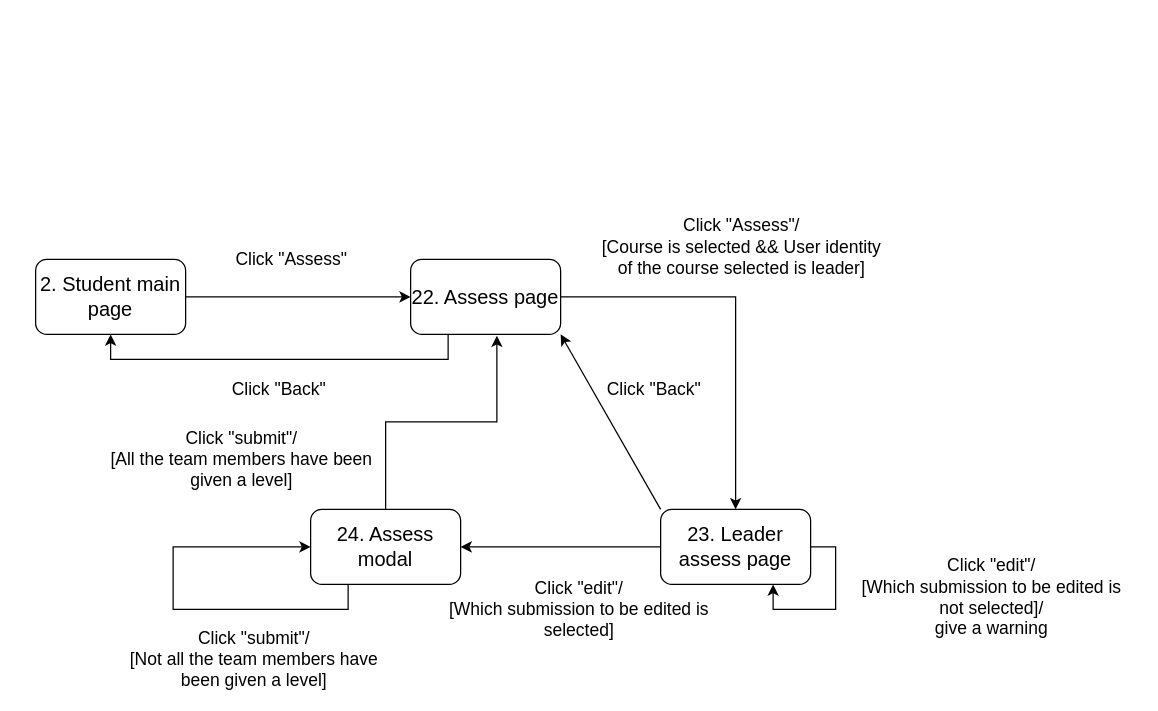
Above: Documents/Specifications/Diagrams/3.9_LeaderAssessMember.drawio in ShyScott/Air (draw.io), before the change. Source tidied: cells renumbered, new cells numbered last; positions are measured from the earlier drawing's top-left corner, leaving out a move shared by most shapes. Both pictures are drawn from the tidied source at 125%, with x=0, y=0 at pixel (35, 234).
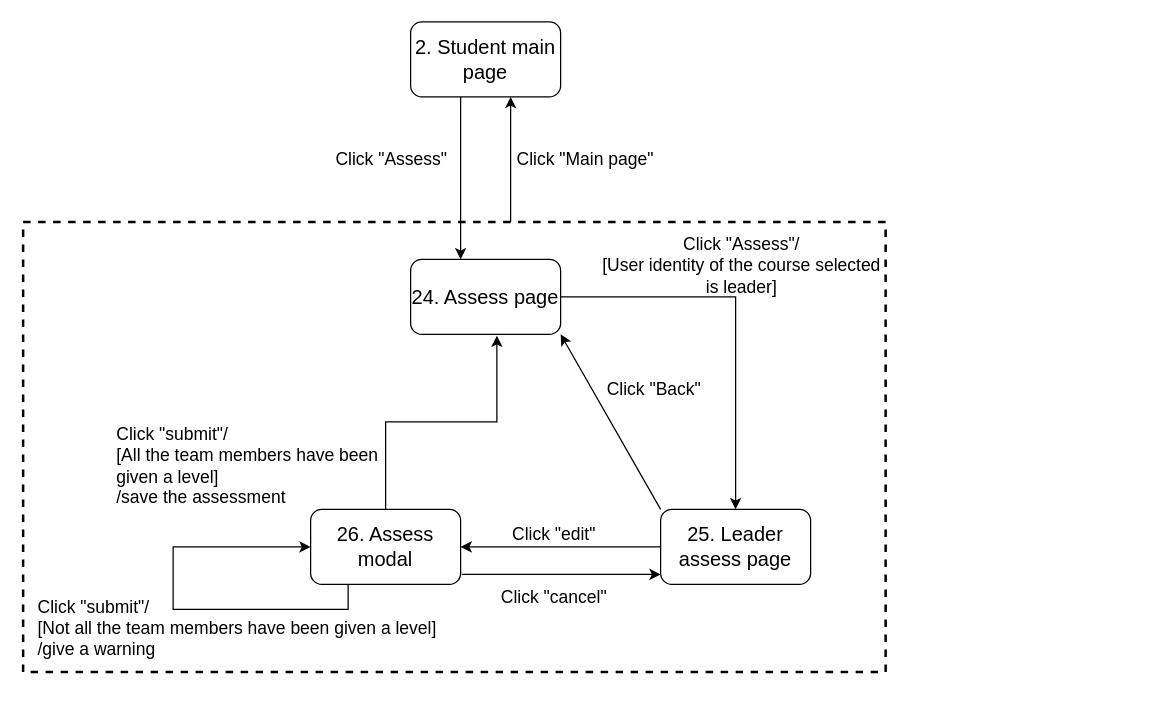
The same page after the edit.

Diff of the diagram source:
```diff
@@
+    <mxCell id="22" style="rounded=0;whiteSpace=wrap;html=1;dashed=1;strokeWidth=2;fillColor=none;" parent="1" vertex="1">
+      <mxGeometry x="-10" y="-10" width="690" height="360" as="geometry" />
+    </mxCell>
-    <mxCell id="2" style="edgeStyle=orthogonalEdgeStyle;rounded=0;jettySize=auto;html=1;exitX=1;exitY=0.5;exitDx=0;exitDy=0;entryX=0;entryY=0.5;entryDx=0;entryDy=0;" parent="1" edge="1" source="3" target="6">
-      <mxGeometry relative="1" as="geometry" />
+    <mxCell id="2" style="edgeStyle=orthogonalEdgeStyle;rounded=0;jettySize=auto;html=1;" parent="1" edge="1" source="3" target="6">
+      <mxGeometry relative="1" as="geometry">
+        <Array as="points">
+          <mxPoint x="340" y="-30" />
+          <mxPoint x="340" y="-30" />
+        </Array>
+      </mxGeometry>
     </mxCell>
     <mxCell id="3" value="&lt;font size=&quot;3&quot;&gt;2. Student main page&lt;/font&gt;" style="rounded=1;whiteSpace=wrap;html=1;" parent="1" vertex="1">
-      <mxGeometry y="20" width="120" height="60" as="geometry" />
+      <mxGeometry x="300" y="-170" width="120" height="60" as="geometry" />
     </mxCell>
@@
-    <mxCell id="5" style="edgeStyle=orthogonalEdgeStyle;rounded=0;jettySize=auto;html=1;exitX=0.25;exitY=1;exitDx=0;exitDy=0;entryX=0.5;entryY=1;entryDx=0;entryDy=0;" parent="1" edge="1" source="6" target="3">
-      <mxGeometry relative="1" as="geometry" />
+    <mxCell id="5" style="edgeStyle=orthogonalEdgeStyle;rounded=0;jettySize=auto;html=1;" parent="1" edge="1" source="22" target="3">
+      <mxGeometry relative="1" as="geometry">
+        <Array as="points">
+          <mxPoint x="380" y="-60" />
+          <mxPoint x="380" y="-60" />
+        </Array>
+      </mxGeometry>
     </mxCell>
-    <mxCell id="6" value="&lt;font size=&quot;3&quot;&gt;22. Assess page&lt;/font&gt;" style="rounded=1;whiteSpace=wrap;html=1;" parent="1" vertex="1">
+    <mxCell id="6" value="&lt;font size=&quot;3&quot;&gt;24. Assess page&lt;/font&gt;" style="rounded=1;whiteSpace=wrap;html=1;" parent="1" vertex="1">
       <mxGeometry x="300" y="20" width="120" height="60" as="geometry" />
     </mxCell>
-    <mxCell id="7" value="&lt;font style=&quot;font-size: 14px&quot;&gt;Click &quot;Assess&quot;/&lt;br&gt;[Course is selected &amp;amp;&amp;amp; User identity of the course selected is leader]&lt;br&gt;&lt;/font&gt;" style="text;html=1;strokeColor=none;fillColor=none;align=center;verticalAlign=middle;whiteSpace=wrap;rounded=0;" parent="1" vertex="1">
-      <mxGeometry x="450" width="230" height="20" as="geometry" />
+    <mxCell id="7" value="&lt;font style=&quot;font-size: 14px&quot;&gt;Click &quot;Assess&quot;/&lt;br&gt;[User identity of the course selected is leader]&lt;br&gt;&lt;/font&gt;" style="text;html=1;strokeColor=none;fillColor=none;align=center;verticalAlign=middle;whiteSpace=wrap;rounded=0;" parent="1" vertex="1">
+      <mxGeometry x="450" width="230" height="50" as="geometry" />
     </mxCell>
     <mxCell id="8" value="&lt;font style=&quot;font-size: 14px&quot;&gt;Click &quot;Assess&quot;&lt;br&gt;&lt;/font&gt;" style="text;html=1;strokeColor=none;fillColor=none;align=center;verticalAlign=middle;whiteSpace=wrap;rounded=0;" parent="1" vertex="1">
-      <mxGeometry x="90" y="10" width="230" height="20" as="geometry" />
+      <mxGeometry x="230" y="-70" width="110" height="20" as="geometry" />
     </mxCell>
@@
-    <mxCell id="11" value="&lt;font size=&quot;3&quot;&gt;23. Leader assess page&lt;/font&gt;" style="rounded=1;whiteSpace=wrap;html=1;" parent="1" vertex="1">
+    <mxCell id="11" value="&lt;font size=&quot;3&quot;&gt;25. Leader assess page&lt;/font&gt;" style="rounded=1;whiteSpace=wrap;html=1;" parent="1" vertex="1">
       <mxGeometry x="500" y="220" width="120" height="60" as="geometry" />
     </mxCell>
-    <mxCell id="12" value="&lt;font style=&quot;font-size: 14px&quot;&gt;Click &quot;Back&quot;&lt;br&gt;&lt;/font&gt;" style="text;html=1;strokeColor=none;fillColor=none;align=center;verticalAlign=middle;whiteSpace=wrap;rounded=0;" parent="1" vertex="1">
-      <mxGeometry x="80" y="114" width="230" height="20" as="geometry" />
-    </mxCell>
@@
-    <mxCell id="14" value="&lt;font style=&quot;font-size: 14px&quot;&gt;Click &quot;edit&quot;/&lt;br&gt;[Which submission to be edited is selected]&lt;br&gt;&lt;/font&gt;" style="text;html=1;strokeColor=none;fillColor=none;align=center;verticalAlign=middle;whiteSpace=wrap;rounded=0;" parent="1" vertex="1">
-      <mxGeometry x="320" y="290" width="230" height="20" as="geometry" />
+    <mxCell id="14" value="&lt;font style=&quot;font-size: 14px&quot;&gt;Click &quot;edit&quot;&lt;br&gt;&lt;/font&gt;" style="text;html=1;strokeColor=none;fillColor=none;align=center;verticalAlign=middle;whiteSpace=wrap;rounded=0;" parent="1" vertex="1">
+      <mxGeometry x="300" y="230" width="230" height="20" as="geometry" />
     </mxCell>
@@
-    <mxCell id="16" value="&lt;font size=&quot;3&quot;&gt;24. Assess modal&lt;/font&gt;" style="rounded=1;whiteSpace=wrap;html=1;" parent="1" vertex="1">
+    <mxCell id="16" value="&lt;font size=&quot;3&quot;&gt;26. Assess modal&lt;/font&gt;" style="rounded=1;whiteSpace=wrap;html=1;" parent="1" vertex="1">
       <mxGeometry x="220" y="220" width="120" height="60" as="geometry" />
     </mxCell>
-    <mxCell id="17" style="edgeStyle=orthogonalEdgeStyle;rounded=0;orthogonalLoop=1;jettySize=auto;html=1;exitX=1;exitY=0.5;exitDx=0;exitDy=0;entryX=0.75;entryY=1;entryDx=0;entryDy=0;" parent="1" edge="1" source="11" target="11">
-      <mxGeometry relative="1" as="geometry" />
-    </mxCell>
-    <mxCell id="18" value="&lt;font style=&quot;font-size: 14px&quot;&gt;Click &quot;edit&quot;/&lt;br&gt;[Which submission to be edited is not selected]/&lt;br&gt;give a warning&lt;br&gt;&lt;/font&gt;" style="text;html=1;strokeColor=none;fillColor=none;align=center;verticalAlign=middle;whiteSpace=wrap;rounded=0;" parent="1" vertex="1">
-      <mxGeometry x="650" y="280" width="230" height="20" as="geometry" />
-    </mxCell>
-    <mxCell id="19" value="&lt;font style=&quot;font-size: 14px&quot;&gt;Click &quot;submit&quot;/&lt;br&gt;[All the team members have been given a level]&lt;br&gt;&lt;/font&gt;" style="text;html=1;strokeColor=none;fillColor=none;align=center;verticalAlign=middle;whiteSpace=wrap;rounded=0;" parent="1" vertex="1">
-      <mxGeometry x="50" y="170" width="230" height="20" as="geometry" />
+    <mxCell id="19" value="&lt;font style=&quot;font-size: 14px&quot;&gt;Click &quot;submit&quot;/&lt;br&gt;[All the team members have been given a level]&lt;br&gt;&lt;div&gt;&lt;span&gt;/save the assessment&lt;/span&gt;&lt;/div&gt;&lt;/font&gt;" style="text;html=1;strokeColor=none;fillColor=none;align=left;verticalAlign=middle;whiteSpace=wrap;rounded=0;" parent="1" vertex="1">
+      <mxGeometry x="62.5" y="150" width="215" height="70" as="geometry" />
     </mxCell>
@@
-    <mxCell id="21" value="&lt;font style=&quot;font-size: 14px&quot;&gt;Click &quot;submit&quot;/&lt;br&gt;[Not all the team members have been given a level]&lt;br&gt;&lt;/font&gt;" style="text;html=1;strokeColor=none;fillColor=none;align=center;verticalAlign=middle;whiteSpace=wrap;rounded=0;" parent="1" vertex="1">
-      <mxGeometry x="60" y="330" width="230" height="20" as="geometry" />
+    <mxCell id="21" value="&lt;font style=&quot;font-size: 14px&quot;&gt;Click &quot;submit&quot;/&lt;br&gt;[Not all the team members have been given a level]&lt;br&gt;/give a warning&lt;br&gt;&lt;/font&gt;" style="text;html=1;strokeColor=none;fillColor=none;align=left;verticalAlign=middle;whiteSpace=wrap;rounded=0;" parent="1" vertex="1">
+      <mxGeometry y="290" width="340" height="50" as="geometry" />
     </mxCell>
+    <mxCell id="23" style="edgeStyle=orthogonalEdgeStyle;rounded=0;jettySize=auto;html=1;exitX=1.008;exitY=0.867;exitDx=0;exitDy=0;exitPerimeter=0;" parent="1" edge="1" source="16">
+      <mxGeometry relative="1" as="geometry">
+        <mxPoint x="500" y="272" as="targetPoint" />
+        <Array as="points">
+          <mxPoint x="500" y="272" />
+        </Array>
+      </mxGeometry>
+    </mxCell>
+    <mxCell id="24" value="&lt;font style=&quot;font-size: 14px&quot;&gt;Click &quot;cancel&quot;&lt;br&gt;&lt;/font&gt;" style="text;html=1;strokeColor=none;fillColor=none;align=center;verticalAlign=middle;whiteSpace=wrap;rounded=0;" parent="1" vertex="1">
+      <mxGeometry x="300" y="280" width="230" height="20" as="geometry" />
+    </mxCell>
+    <mxCell id="25" value="&lt;font style=&quot;font-size: 14px&quot;&gt;Click &quot;Main page&quot;&lt;br&gt;&lt;/font&gt;" style="text;html=1;strokeColor=none;fillColor=none;align=center;verticalAlign=middle;whiteSpace=wrap;rounded=0;" parent="1" vertex="1">
+      <mxGeometry x="380" y="-70" width="120" height="20" as="geometry" />
+    </mxCell>
```
